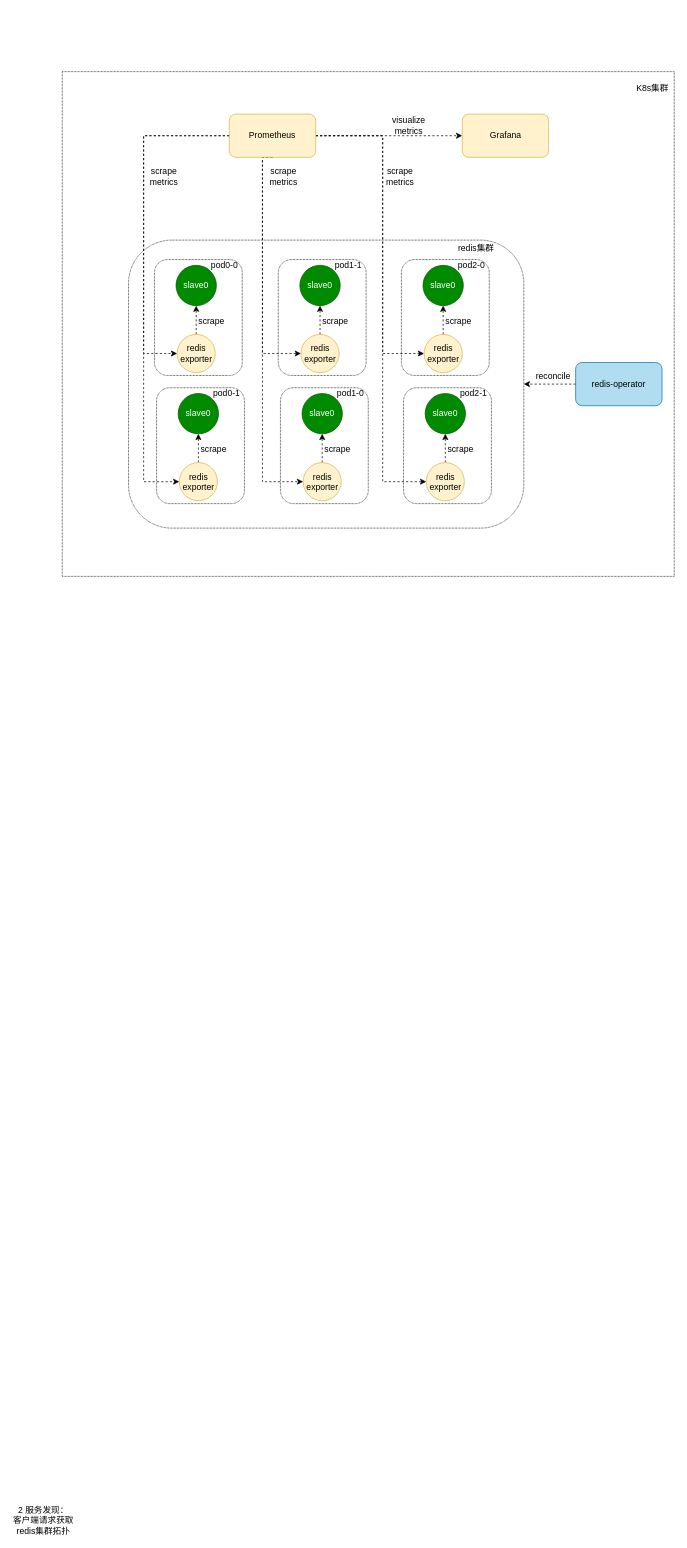
Earlier version of the draw.io diagram diagrams/ncr监控.drawio (fengyinqiao/cloudimg). Source tidied: cells renumbered, new cells numbered last; positions are measured from the earlier drawing's top-left corner, leaving out a move shared by most shapes. Both pictures are drawn from the tidied source at 72%, with x=0, y=0 at pixel (12, 71).
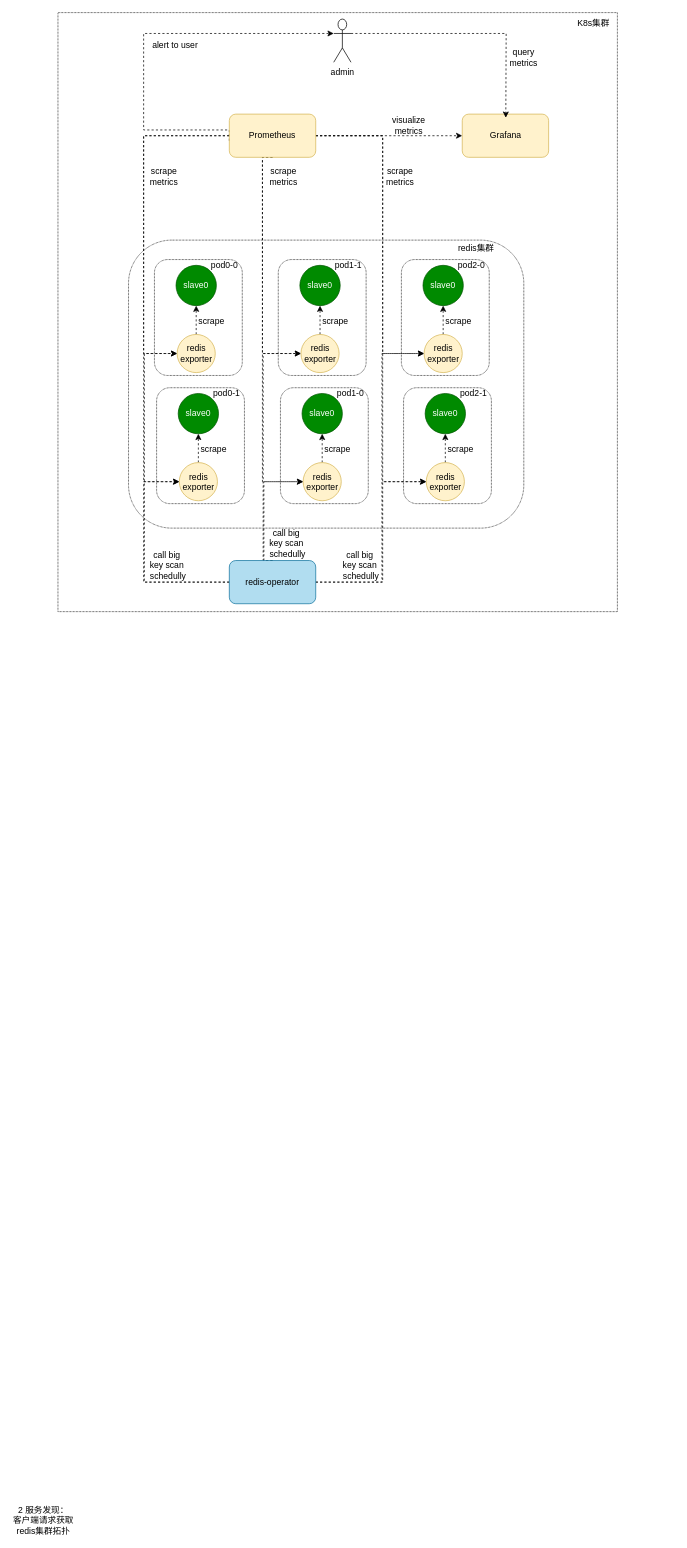
Above is the later version.

The change refers to these unchanged cells:
```xml
<mxCell id="3" style="rounded=1;whiteSpace=wrap;html=1;dashed=1;dashPattern=1 1;" parent="1" vertex="1">
  <mxGeometry x="161" y="234" width="549" height="400" as="geometry" />
</mxCell>
<mxCell id="13" value="redis exporter" style="ellipse;whiteSpace=wrap;html=1;fillColor=#fff2cc;strokeColor=#d6b656;" parent="1" vertex="1">
  <mxGeometry x="231.5" y="543" width="53" height="53" as="geometry" />
</mxCell>
<mxCell id="19" value="redis exporter" style="ellipse;whiteSpace=wrap;html=1;fillColor=#fff2cc;strokeColor=#d6b656;" parent="1" vertex="1">
  <mxGeometry x="403.5" y="543" width="53" height="53" as="geometry" />
</mxCell>
<mxCell id="25" value="redis exporter" style="ellipse;whiteSpace=wrap;html=1;fillColor=#fff2cc;strokeColor=#d6b656;" parent="1" vertex="1">
  <mxGeometry x="574.5" y="543" width="53" height="53" as="geometry" />
</mxCell>
<mxCell id="31" value="redis exporter" style="ellipse;whiteSpace=wrap;html=1;fillColor=#fff2cc;strokeColor=#d6b656;" parent="1" vertex="1">
  <mxGeometry x="228.5" y="365" width="53" height="53" as="geometry" />
</mxCell>
<mxCell id="37" value="redis exporter" style="ellipse;whiteSpace=wrap;html=1;fillColor=#fff2cc;strokeColor=#d6b656;" parent="1" vertex="1">
  <mxGeometry x="400.5" y="365" width="53" height="53" as="geometry" />
</mxCell>
<mxCell id="42" value="redis exporter" style="ellipse;whiteSpace=wrap;html=1;fillColor=#fff2cc;strokeColor=#d6b656;" parent="1" vertex="1">
  <mxGeometry x="571.5" y="365" width="53" height="53" as="geometry" />
</mxCell>
```

Change to the diagram source:
```diff
@@
     <mxCell id="2" style="rounded=0;whiteSpace=wrap;html=1;fillColor=none;dashed=1;dashPattern=1 1;" parent="1" vertex="1">
-      <mxGeometry x="69" width="850" height="701" as="geometry" />
+      <mxGeometry x="63" y="-82" width="777" height="832" as="geometry" />
     </mxCell>
@@
     <mxCell id="5" value="K8s集群" style="text;html=1;strokeColor=none;fillColor=none;align=center;verticalAlign=middle;whiteSpace=wrap;rounded=0;dashed=1;" parent="1" vertex="1">
-      <mxGeometry x="859" y="9" width="60" height="30" as="geometry" />
+      <mxGeometry x="777" y="-82" width="60" height="30" as="geometry" />
     </mxCell>
@@
-    <mxCell id="7" style="edgeStyle=orthogonalEdgeStyle;rounded=0;jettySize=auto;html=1;exitX=0;exitY=0.5;exitDx=0;exitDy=0;entryX=1;entryY=0.5;entryDx=0;entryDy=0;dashed=1;" parent="1" edge="1" source="8" target="3">
-      <mxGeometry relative="1" as="geometry" />
-    </mxCell>
+    <mxCell id="60" style="edgeStyle=orthogonalEdgeStyle;rounded=0;jettySize=auto;html=1;exitX=0;exitY=0.5;exitDx=0;exitDy=0;entryX=0;entryY=0.5;entryDx=0;entryDy=0;dashed=1;" parent="1" edge="1" source="8" target="13">
+      <mxGeometry relative="1" as="geometry">
+        <Array as="points">
+          <mxPoint x="182" y="709" />
+          <mxPoint x="182" y="570" />
+        </Array>
+      </mxGeometry>
+    </mxCell>
+    <mxCell id="61" style="edgeStyle=orthogonalEdgeStyle;rounded=0;jettySize=auto;html=1;exitX=0;exitY=0.5;exitDx=0;exitDy=0;entryX=0;entryY=0.5;entryDx=0;entryDy=0;dashed=1;" parent="1" edge="1" source="8" target="31">
+      <mxGeometry relative="1" as="geometry">
+        <Array as="points">
+          <mxPoint x="183" y="709" />
+          <mxPoint x="183" y="391" />
+        </Array>
+      </mxGeometry>
+    </mxCell>
+    <mxCell id="62" style="edgeStyle=orthogonalEdgeStyle;rounded=0;jettySize=auto;html=1;exitX=0.5;exitY=0;exitDx=0;exitDy=0;entryX=0;entryY=0.5;entryDx=0;entryDy=0;dashed=1;" parent="1" edge="1" source="8" target="37">
+      <mxGeometry relative="1" as="geometry">
+        <Array as="points">
+          <mxPoint x="348" y="679" />
+          <mxPoint x="348" y="392" />
+        </Array>
+      </mxGeometry>
+    </mxCell>
+    <mxCell id="63" style="edgeStyle=orthogonalEdgeStyle;rounded=0;jettySize=auto;html=1;exitX=0.5;exitY=0;exitDx=0;exitDy=0;entryX=0;entryY=0.5;entryDx=0;entryDy=0;dashed=1;" parent="1" edge="1" source="8" target="19">
+      <mxGeometry relative="1" as="geometry">
+        <Array as="points">
+          <mxPoint x="349" y="679" />
+          <mxPoint x="349" y="570" />
+        </Array>
+      </mxGeometry>
+    </mxCell>
+    <mxCell id="64" style="edgeStyle=orthogonalEdgeStyle;rounded=0;jettySize=auto;html=1;exitX=1;exitY=0.5;exitDx=0;exitDy=0;entryX=0;entryY=0.5;entryDx=0;entryDy=0;dashed=1;" parent="1" edge="1" source="8" target="25">
+      <mxGeometry relative="1" as="geometry">
+        <Array as="points">
+          <mxPoint x="514" y="709" />
+          <mxPoint x="514" y="570" />
+        </Array>
+      </mxGeometry>
+    </mxCell>
+    <mxCell id="65" style="edgeStyle=orthogonalEdgeStyle;rounded=0;jettySize=auto;html=1;exitX=1;exitY=0.5;exitDx=0;exitDy=0;entryX=0;entryY=0.5;entryDx=0;entryDy=0;dashed=1;" parent="1" edge="1" source="8" target="42">
+      <mxGeometry relative="1" as="geometry">
+        <Array as="points">
+          <mxPoint x="513" y="709" />
+          <mxPoint x="513" y="392" />
+          <mxPoint x="571" y="392" />
+        </Array>
+      </mxGeometry>
+    </mxCell>
     <mxCell id="8" value="redis-operator" style="rounded=1;whiteSpace=wrap;html=1;fillColor=#b1ddf0;strokeColor=#10739e;" parent="1" vertex="1">
-      <mxGeometry x="782" y="404" width="120" height="60" as="geometry" />
+      <mxGeometry x="301" y="679" width="120" height="60" as="geometry" />
     </mxCell>
@@
+    <mxCell id="66" style="edgeStyle=orthogonalEdgeStyle;rounded=0;jettySize=auto;html=1;exitX=0;exitY=0.25;exitDx=0;exitDy=0;entryX=0;entryY=0.3333333333333333;entryDx=0;entryDy=0;entryPerimeter=0;dashed=1;" parent="1" edge="1" target="71">
+      <mxGeometry relative="1" as="geometry">
+        <mxPoint x="301" y="96" as="sourcePoint" />
+        <Array as="points">
+          <mxPoint x="301" y="81" />
+          <mxPoint x="182" y="81" />
+          <mxPoint x="182" y="-53" />
+        </Array>
+      </mxGeometry>
+    </mxCell>
@@
-    <mxCell id="59" value="reconcile" style="text;html=1;strokeColor=none;fillColor=none;align=center;verticalAlign=middle;whiteSpace=wrap;rounded=0;" parent="1" vertex="1">
-      <mxGeometry x="721" y="409" width="60" height="30" as="geometry" />
-    </mxCell>
+    <mxCell id="67" value="call&amp;nbsp;big key scan&lt;br&gt;&amp;nbsp;schedully" style="text;html=1;strokeColor=none;fillColor=none;align=center;verticalAlign=middle;whiteSpace=wrap;rounded=0;" parent="1" vertex="1">
+      <mxGeometry x="351.5" y="649" width="56.5" height="14" as="geometry" />
+    </mxCell>
+    <mxCell id="68" value="call&amp;nbsp;big key scan&lt;br&gt;&amp;nbsp;schedully" style="text;html=1;strokeColor=none;fillColor=none;align=center;verticalAlign=middle;whiteSpace=wrap;rounded=0;" parent="1" vertex="1">
+      <mxGeometry x="186" y="679" width="56.5" height="14" as="geometry" />
+    </mxCell>
+    <mxCell id="69" value="call&amp;nbsp;big key scan&lt;br&gt;&amp;nbsp;schedully" style="text;html=1;strokeColor=none;fillColor=none;align=center;verticalAlign=middle;whiteSpace=wrap;rounded=0;" parent="1" vertex="1">
+      <mxGeometry x="453.5" y="679" width="56.5" height="14" as="geometry" />
+    </mxCell>
+    <mxCell id="70" style="edgeStyle=orthogonalEdgeStyle;rounded=0;jettySize=auto;html=1;exitX=1;exitY=0.3333333333333333;exitDx=0;exitDy=0;exitPerimeter=0;dashed=1;" parent="1" edge="1" source="71">
+      <mxGeometry relative="1" as="geometry">
+        <mxPoint x="685" y="64" as="targetPoint" />
+      </mxGeometry>
+    </mxCell>
+    <mxCell id="71" value="admin" style="shape=umlActor;verticalLabelPosition=bottom;verticalAlign=top;html=1;outlineConnect=0;" parent="1" vertex="1">
+      <mxGeometry x="446" y="-73" width="24" height="60" as="geometry" />
+    </mxCell>
+    <mxCell id="72" value="query&lt;br&gt;metrics" style="text;html=1;strokeColor=none;fillColor=none;align=center;verticalAlign=middle;whiteSpace=wrap;rounded=0;" parent="1" vertex="1">
+      <mxGeometry x="680" y="-35" width="60" height="30" as="geometry" />
+    </mxCell>
+    <mxCell id="73" value="alert to user" style="text;html=1;strokeColor=none;fillColor=none;align=center;verticalAlign=middle;whiteSpace=wrap;rounded=0;" parent="1" vertex="1">
+      <mxGeometry x="191" y="-52" width="70" height="30" as="geometry" />
+    </mxCell>
```
